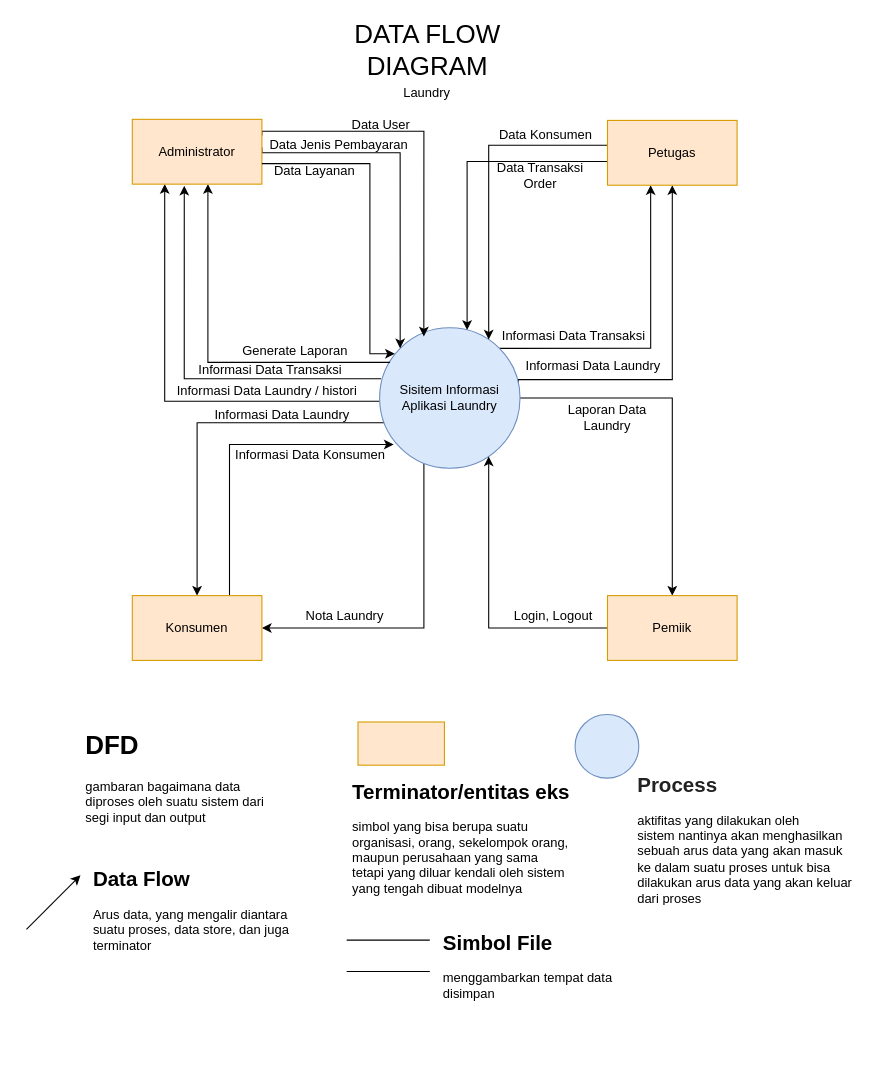
Above: page "DFD" (2 of 6) of Desain Ujikom.drawio in alditasptnsr/ujikom_aldita (draw.io), before the change. Source tidied: cells renumbered, new cells numbered last; positions are measured from the earlier drawing's top-left corner, leaving out a move shared by most shapes. Both pictures are drawn from the tidied source at 108%, with x=0, y=0 at pixel (26, 33).
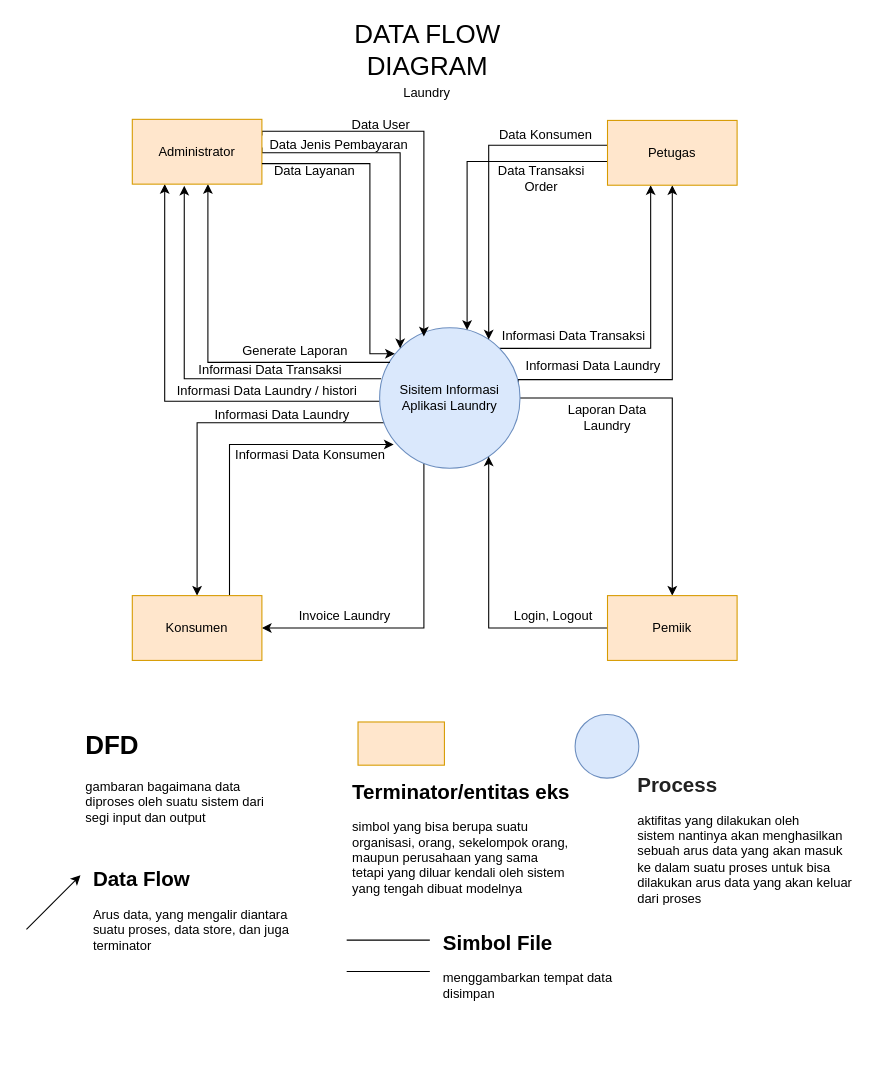
The same diagram, later.

Change to the diagram source:
```diff
@@
-    <mxCell id="29" value="Nota Laundry" style="text;html=1;strokeColor=none;fillColor=none;align=center;verticalAlign=middle;whiteSpace=wrap;rounded=0;" parent="1" vertex="1">
+    <mxCell id="29" value="Invoice Laundry" style="text;html=1;strokeColor=none;fillColor=none;align=center;verticalAlign=middle;whiteSpace=wrap;rounded=0;" parent="1" vertex="1">
       <mxGeometry x="240" y="524" width="110" height="30" as="geometry" />
     </mxCell>
     <mxCell id="30" value="Data Transaksi Order" style="text;html=1;strokeColor=none;fillColor=none;align=center;verticalAlign=middle;whiteSpace=wrap;rounded=0;" parent="1" vertex="1">
-      <mxGeometry x="418" y="116" width="116" height="30" as="geometry" />
+      <mxGeometry x="419" y="119" width="116" height="30" as="geometry" />
     </mxCell>
```
